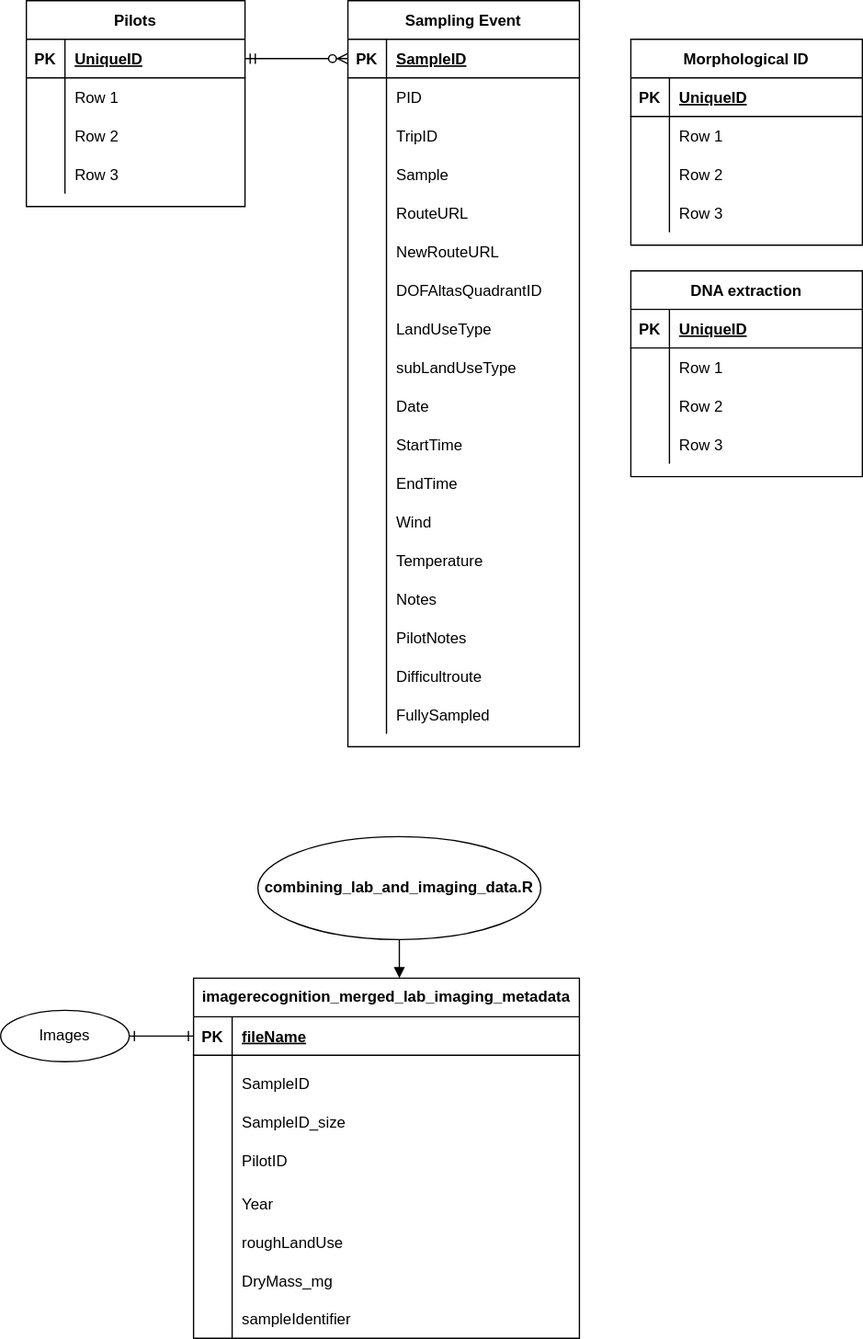
This is Insektmobilen_data.drawio.svg from CecSve/CecSve, a draw.io export, as it was before one commit. Source tidied: cells renumbered, new cells last; positions are measured from the earlier drawing's top-left corner, leaving out a move shared by most shapes.
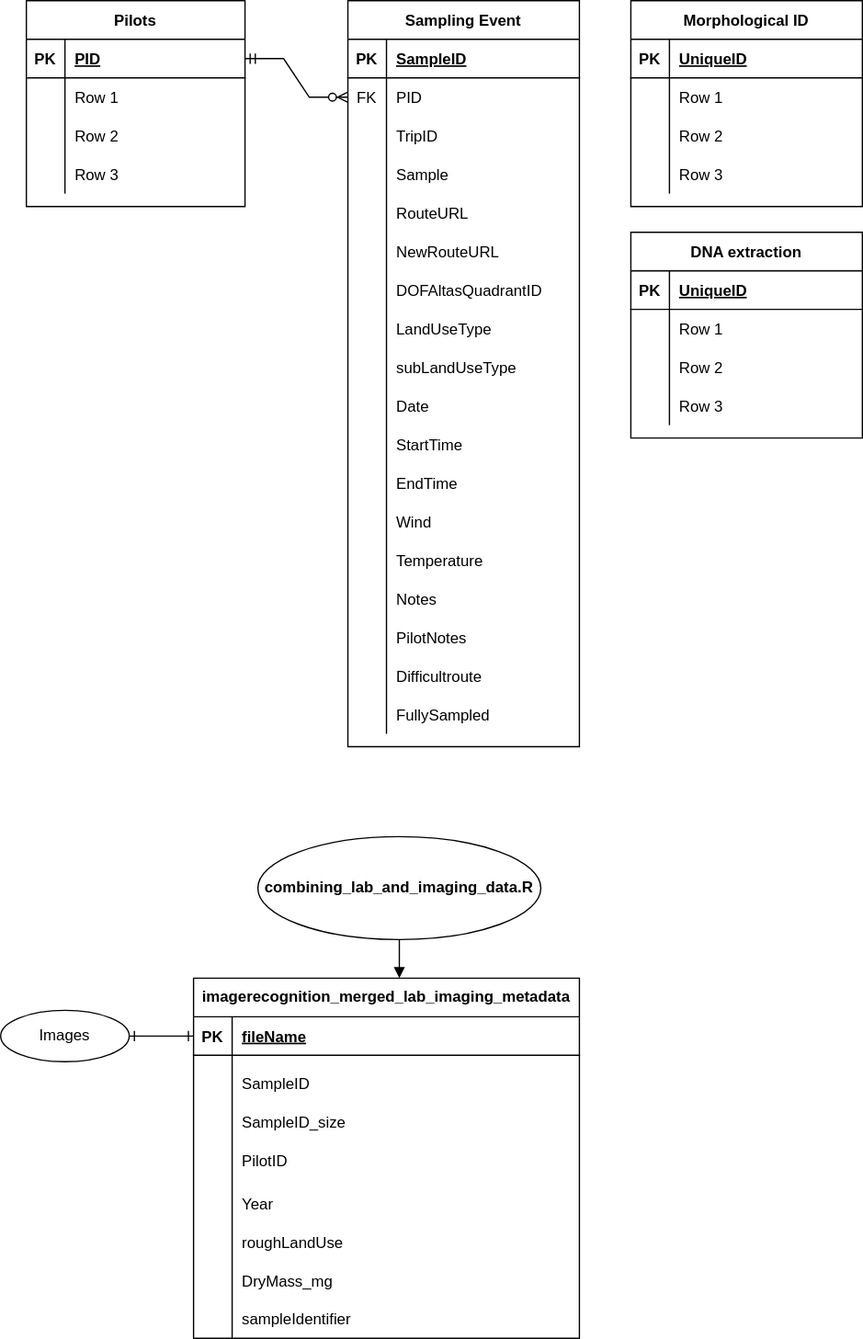
Above is the later version.

The edit, as a diff of the source:
```diff
@@ -3,7 +3,7 @@
     <mxCell id="0" />
     <mxCell id="1" parent="0" />
     <mxCell id="2" value="DNA extraction" style="shape=table;startSize=30;rowLines=0;fontStyle=1;align=center;" parent="1" vertex="1">
-      <mxGeometry x="490" y="210" width="180" height="160" as="geometry" />
+      <mxGeometry x="490" y="180" width="180" height="160" as="geometry" />
     </mxCell>
     <mxCell id="3" style="shape=tableRow;horizontal=0;startSize=0;swimlaneHead=0;swimlaneBody=0;fillColor=none;top=0;left=0;right=0;bottom=1;" parent="2" vertex="1">
       <mxGeometry y="30" width="180" height="30" as="geometry" />
@@ -50,7 +50,7 @@
     <mxCell id="17" value="PK" style="shape=partialRectangle;fillColor=none;top=0;left=0;bottom=0;right=0;fontStyle=1;overflow=hidden;" parent="16" vertex="1">
       <mxGeometry width="30" height="30" as="geometry" />
     </mxCell>
-    <mxCell id="18" value="UniqueID" style="shape=partialRectangle;fillColor=none;top=0;left=0;bottom=0;right=0;align=left;spacingLeft=6;fontStyle=5;overflow=hidden;" parent="16" vertex="1">
+    <mxCell id="18" value="PID" style="shape=partialRectangle;fillColor=none;top=0;left=0;bottom=0;right=0;align=left;spacingLeft=6;fontStyle=5;overflow=hidden;" parent="16" vertex="1">
       <mxGeometry x="30" width="140" height="30" as="geometry" />
     </mxCell>
     <mxCell id="19" style="shape=tableRow;horizontal=0;startSize=0;swimlaneHead=0;swimlaneBody=0;fillColor=none;top=0;left=0;right=0;bottom=0;" parent="15" vertex="1">
@@ -80,11 +80,11 @@
     <mxCell id="27" value="Row 3" style="shape=partialRectangle;fillColor=none;top=0;left=0;bottom=0;right=0;align=left;spacingLeft=6;overflow=hidden;" parent="25" vertex="1">
       <mxGeometry x="30" width="140" height="30" as="geometry" />
     </mxCell>
-    <mxCell id="28" style="edgeStyle=entityRelationEdgeStyle;fontSize=12;html=1;endArrow=ERzeroToMany;startArrow=ERmandOne;rounded=0;entryX=0;entryY=0.5;entryDx=0;entryDy=0;" parent="1" edge="1" source="16" target="72">
+    <mxCell id="28" style="edgeStyle=entityRelationEdgeStyle;fontSize=12;html=1;endArrow=ERzeroToMany;startArrow=ERmandOne;rounded=0;entryX=0;entryY=0.5;entryDx=0;entryDy=0;" parent="1" edge="1" source="16" target="75">
       <mxGeometry relative="1" as="geometry" />
     </mxCell>
     <mxCell id="29" value="Morphological ID" style="shape=table;startSize=30;rowLines=0;fontStyle=1;align=center;" parent="1" vertex="1">
-      <mxGeometry x="490" y="30" width="180" height="160" as="geometry" />
+      <mxGeometry x="490" width="180" height="160" as="geometry" />
     </mxCell>
     <mxCell id="30" style="shape=tableRow;horizontal=0;startSize=0;swimlaneHead=0;swimlaneBody=0;fillColor=none;top=0;left=0;right=0;bottom=1;" parent="29" vertex="1">
       <mxGeometry y="30" width="180" height="30" as="geometry" />
@@ -224,7 +224,7 @@
     <mxCell id="75" style="shape=tableRow;horizontal=0;startSize=0;swimlaneHead=0;swimlaneBody=0;fillColor=none;points=[[0,0.5],[1,0.5]];portConstraint=eastwest;top=0;left=0;right=0;bottom=0;" parent="71" vertex="1">
       <mxGeometry y="60" width="180" height="30" as="geometry" />
     </mxCell>
-    <mxCell id="76" style="shape=partialRectangle;fillColor=none;top=0;left=0;bottom=0;right=0;overflow=hidden;" parent="75" vertex="1">
+    <mxCell id="76" value="FK" style="shape=partialRectangle;fillColor=none;top=0;left=0;bottom=0;right=0;overflow=hidden;" parent="75" vertex="1">
       <mxGeometry width="30" height="30" as="geometry" />
     </mxCell>
     <mxCell id="77" value="PID" style="shape=partialRectangle;fillColor=none;top=0;left=0;bottom=0;right=0;align=left;spacingLeft=6;overflow=hidden;" parent="75" vertex="1">
```
